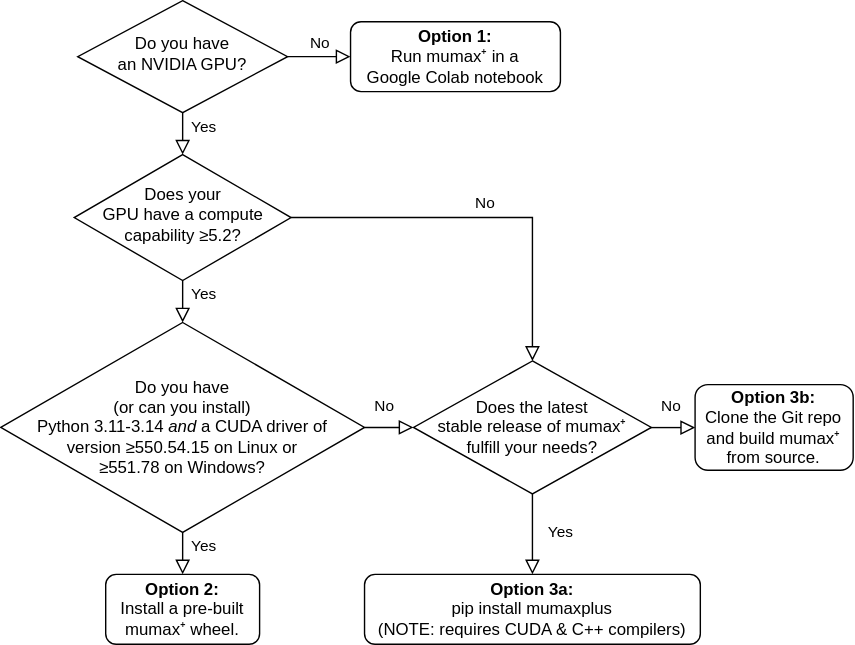
Above: docs/diagrams/installation/mumaxplus_installation.svg in mumax/plus (draw.io), before the change. Source tidied: cells renumbered, new cells last; positions are measured from the earlier drawing's top-left corner, leaving out a move shared by most shapes.
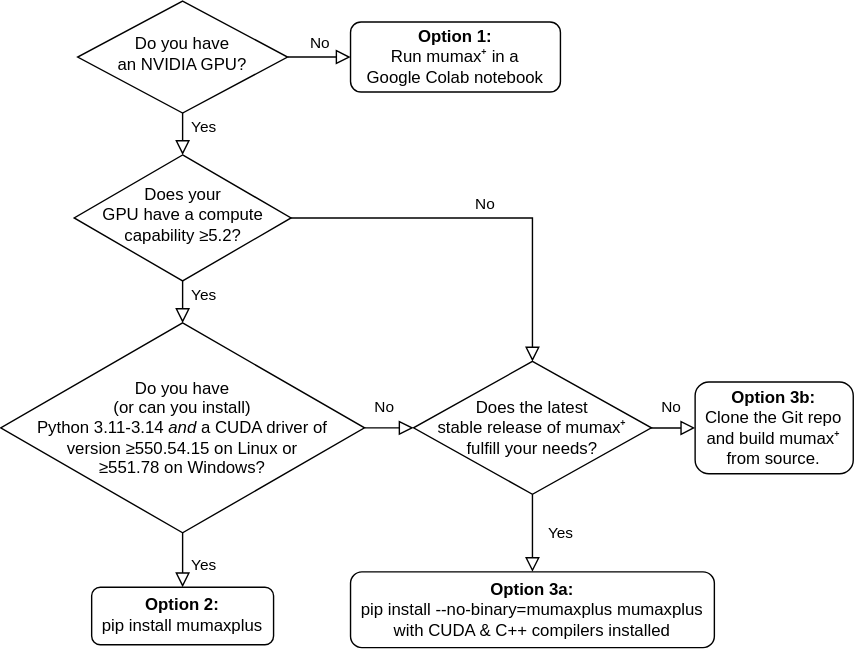
The same file after the commit.

Commit message:
Update installation flowchart

Change to the diagram source:
```diff
@@ -23,11 +23,11 @@
     <mxCell id="8" value="&lt;div&gt;Does your&lt;/div&gt;&lt;div&gt;GPU have a compute&lt;/div&gt;&lt;div&gt;capability&amp;nbsp;≥5.2?&lt;/div&gt;" style="rhombus;whiteSpace=wrap;html=1;shadow=0;fontFamily=Helvetica;fontSize=12;align=center;strokeWidth=1;spacing=6;spacingTop=-4;" parent="1" vertex="1">
       <mxGeometry x="52.5" y="110" width="155" height="90" as="geometry" />
     </mxCell>
-    <mxCell id="9" value="&lt;div&gt;&lt;b&gt;Option 2:&lt;/b&gt;&lt;/div&gt;&lt;div&gt;Install a pre-built&lt;/div&gt;&lt;div&gt;mumax⁺ wheel.&lt;/div&gt;" style="rounded=1;whiteSpace=wrap;html=1;fontSize=12;glass=0;strokeWidth=1;shadow=0;" parent="1" vertex="1">
-      <mxGeometry x="75" y="410" width="110" height="50" as="geometry" />
+    <mxCell id="9" value="&lt;div&gt;&lt;b&gt;Option 2:&lt;/b&gt;&lt;/div&gt;&lt;div&gt;pip install mumaxplus&lt;/div&gt;" style="rounded=1;whiteSpace=wrap;html=1;fontSize=12;glass=0;strokeWidth=1;shadow=0;" parent="1" vertex="1">
+      <mxGeometry x="65" y="418.9" width="130" height="41.1" as="geometry" />
     </mxCell>
     <mxCell id="10" value="&lt;div&gt;&lt;b&gt;Option 3b:&lt;/b&gt;&lt;/div&gt;&lt;div&gt;Clone the Git repo&lt;/div&gt;&lt;div&gt;and build mumax⁺&lt;/div&gt;&lt;div&gt;from source.&lt;/div&gt;" style="rounded=1;whiteSpace=wrap;html=1;fontSize=12;glass=0;strokeWidth=1;shadow=0;" parent="1" vertex="1">
-      <mxGeometry x="496.2" y="274.4" width="113" height="61.2" as="geometry" />
+      <mxGeometry x="496.2" y="272.2" width="113" height="65.6" as="geometry" />
     </mxCell>
     <mxCell id="11" value="No" style="edgeStyle=orthogonalEdgeStyle;rounded=0;html=1;jettySize=auto;fontSize=11;endArrow=block;endFill=0;endSize=8;strokeWidth=1;shadow=0;labelBackgroundColor=none;" parent="1" edge="1" source="8" target="12">
       <mxGeometry y="10" relative="1" as="geometry" />
@@ -44,8 +44,8 @@
     <mxCell id="15" value="No" style="edgeStyle=orthogonalEdgeStyle;rounded=0;html=1;jettySize=auto;fontSize=11;endArrow=block;endFill=0;endSize=8;strokeWidth=1;shadow=0;labelBackgroundColor=none;exitX=1;exitY=0.5;exitDx=0;exitDy=0;entryX=0;entryY=0.5;entryDx=0;entryDy=0;" parent="1" edge="1" source="14" target="12">
       <mxGeometry x="-0.21" y="15" relative="1" as="geometry" />
     </mxCell>
-    <mxCell id="16" value="&lt;div&gt;&lt;b&gt;Option 3a:&lt;/b&gt;&lt;/div&gt;&lt;div&gt;pip install mumaxplus&lt;/div&gt;(NOTE: requires CUDA &amp;amp; C++ compilers)" style="rounded=1;whiteSpace=wrap;html=1;fontSize=12;glass=0;strokeWidth=1;shadow=0;" parent="1" vertex="1">
-      <mxGeometry x="260" y="410" width="240" height="50" as="geometry" />
+    <mxCell id="16" value="&lt;div&gt;&lt;b&gt;Option 3a:&lt;/b&gt;&lt;/div&gt;&lt;div&gt;pip install --no-binary=mumaxplus mumaxplus&lt;/div&gt;with CUDA &amp;amp; C++ compilers installed" style="rounded=1;whiteSpace=wrap;html=1;fontSize=12;glass=0;strokeWidth=1;shadow=0;" parent="1" vertex="1">
+      <mxGeometry x="250" y="407.9" width="260" height="54.2" as="geometry" />
     </mxCell>
     <mxCell id="17" value="Yes" style="edgeStyle=orthogonalEdgeStyle;rounded=0;html=1;jettySize=auto;fontSize=11;endArrow=block;endFill=0;endSize=8;strokeWidth=1;shadow=0;labelBackgroundColor=none;exitX=0.5;exitY=1;exitDx=0;exitDy=0;entryX=0.5;entryY=0;entryDx=0;entryDy=0;" parent="1" edge="1" source="12" target="16">
       <mxGeometry x="-0.04" y="20" relative="1" as="geometry" />
```
